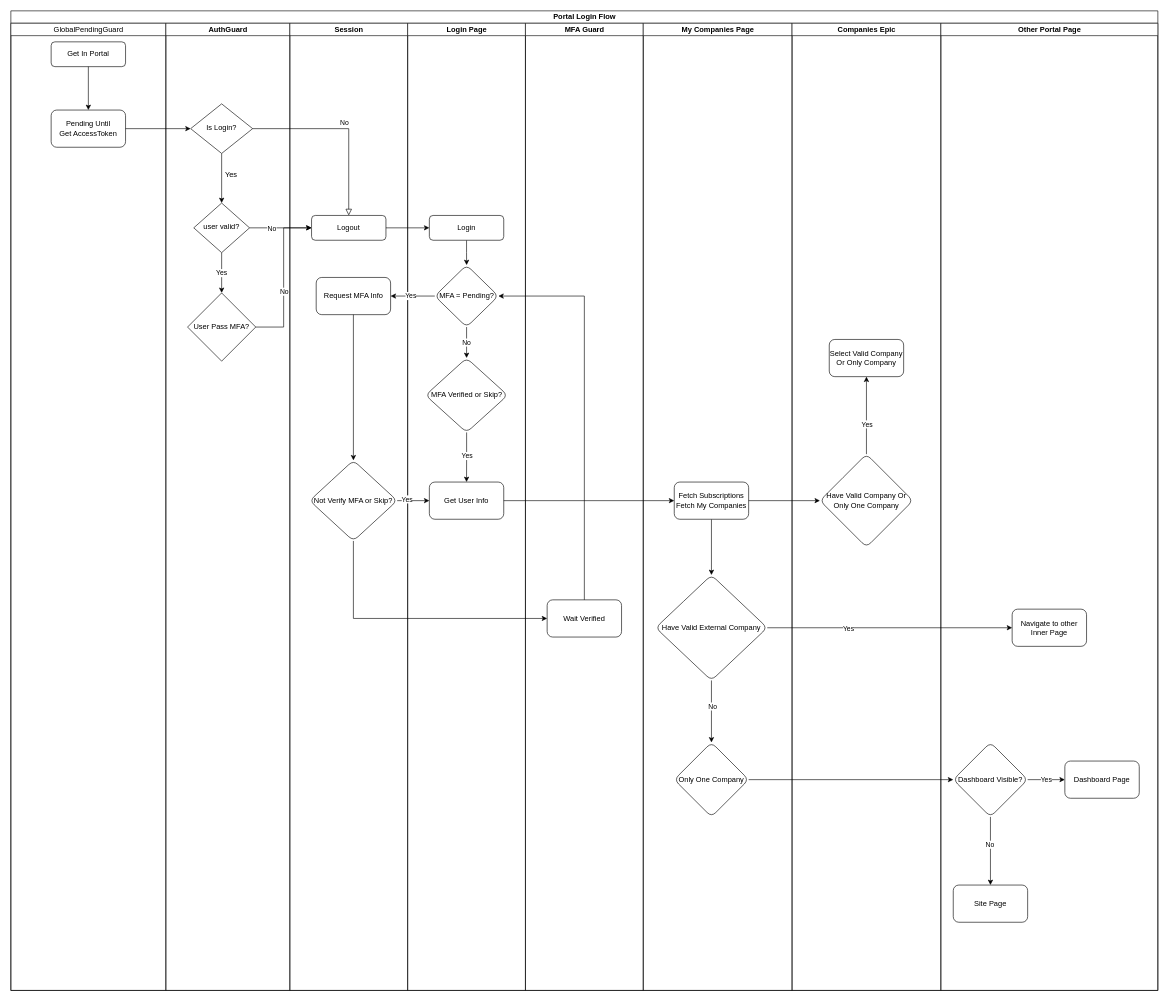
This is Portal-Login.drawio from SmileSB1O1/draw-active, a draw.io file, before an edit. Source tidied: cells renumbered, new cells numbered last; positions are measured from the earlier drawing's top-left corner, leaving out a move shared by most shapes. Both pictures are drawn from the tidied source at 62%, with x=0, y=0 at pixel (11, 11).
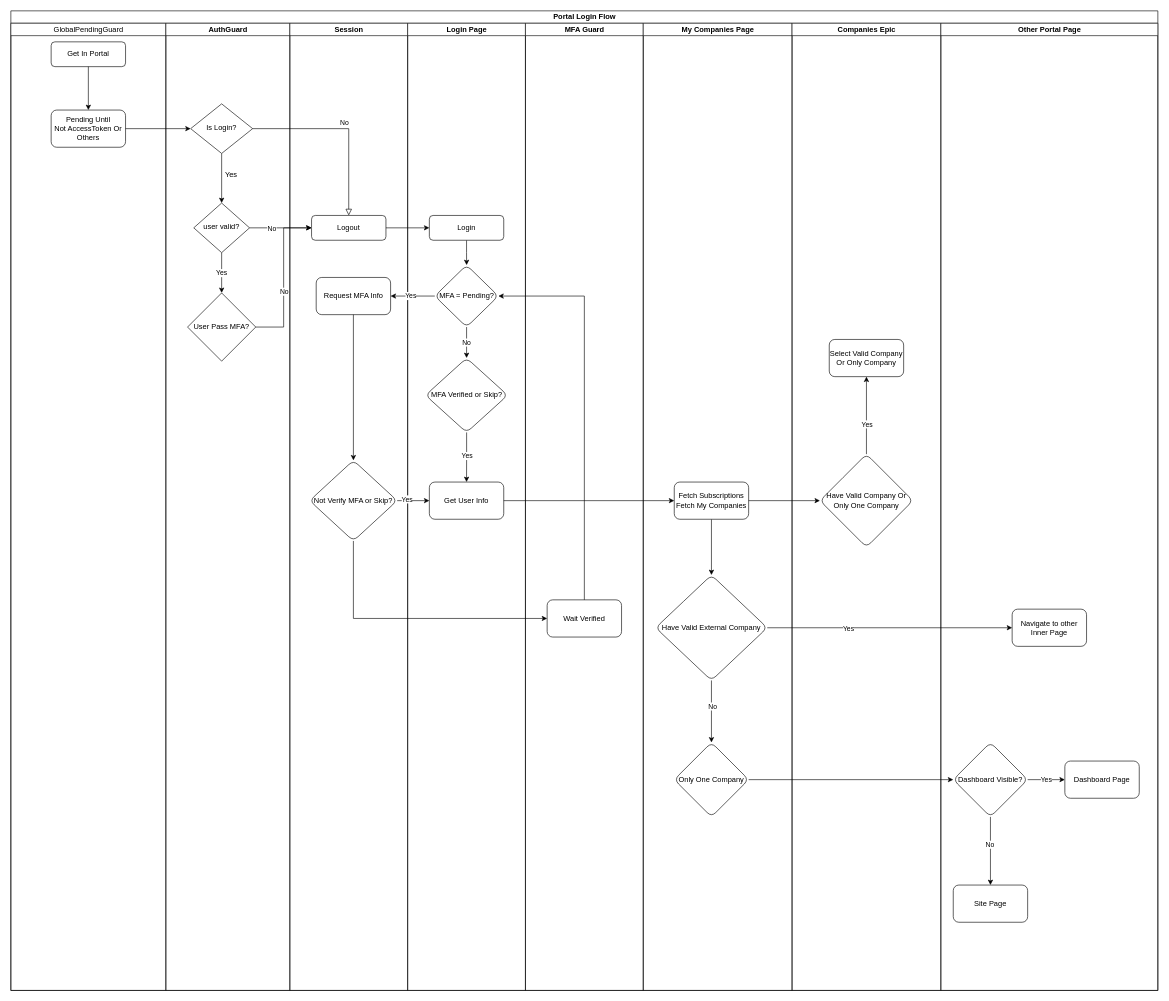
The same diagram, later.

The change refers to these unchanged cells:
```xml
<mxCell id="3" value="&lt;span style=&quot;font-weight: 400; text-wrap-mode: wrap;&quot;&gt;GlobalPendingGuard&lt;/span&gt;" style="swimlane;startSize=20;html=1;" parent="2" vertex="1">
  <mxGeometry y="20" width="250" height="1560" as="geometry" />
</mxCell>
```

The edit, as a diff of the source:
```diff
@@
-    <mxCell id="4" value="Pending Until&lt;div&gt;Get AccessToken&lt;/div&gt;" style="rounded=1;whiteSpace=wrap;html=1;" parent="3" vertex="1">
+    <mxCell id="4" value="Pending Until&lt;div&gt;Not AccessToken Or Others&lt;/div&gt;" style="rounded=1;whiteSpace=wrap;html=1;" parent="3" vertex="1">
       <mxGeometry x="65" y="140" width="120" height="60" as="geometry" />
     </mxCell>
```
